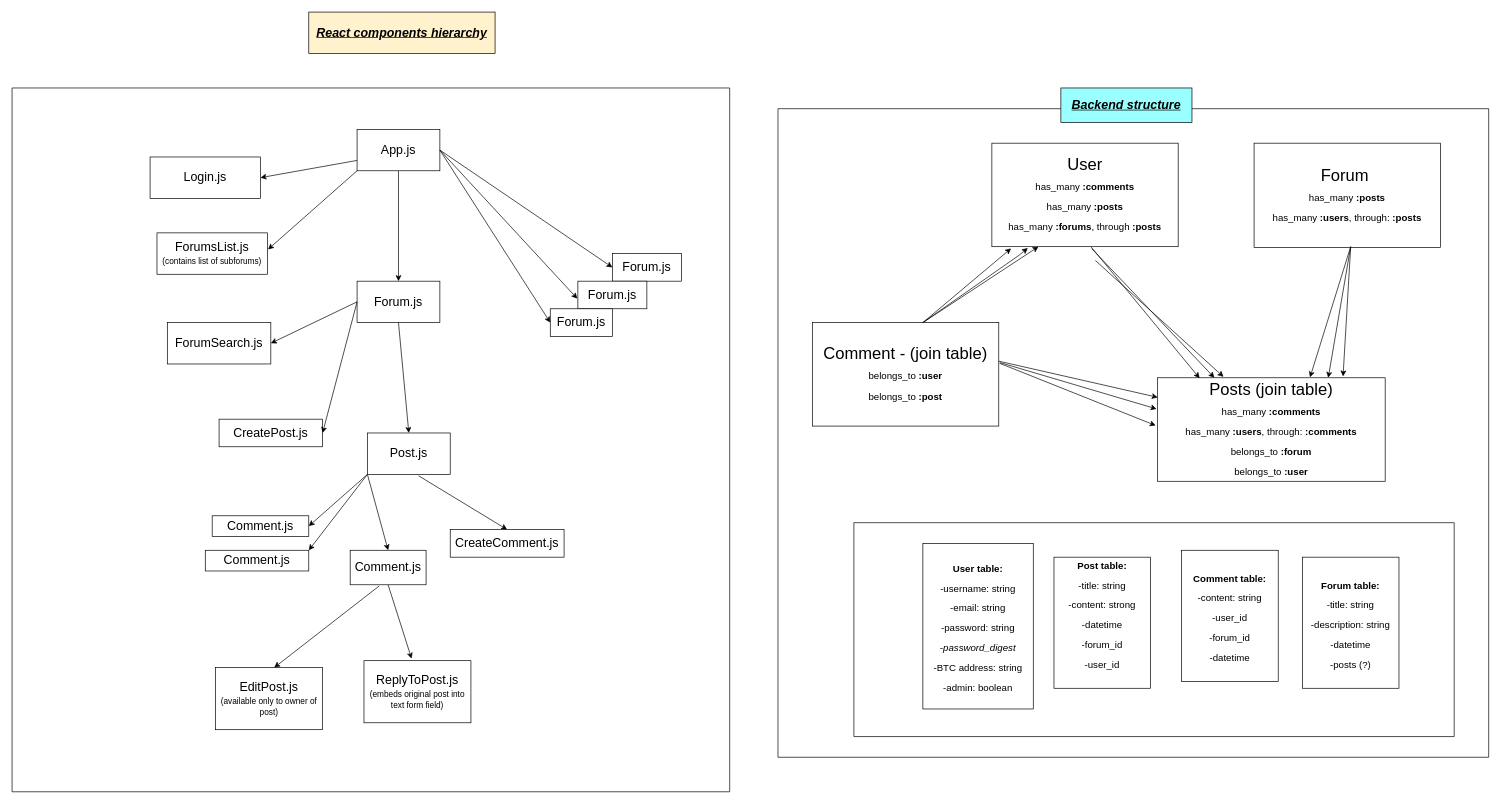
babux1/CryptoDev keeps this draw.io diagram as flowcharts.drawio. Above is the earlier version. Source tidied: cells renumbered, new cells numbered last; positions are measured from the earlier drawing's top-left corner, leaving out a move shared by most shapes. Both pictures are drawn from the tidied source at 69%, with x=0, y=0 at pixel (12, 12).
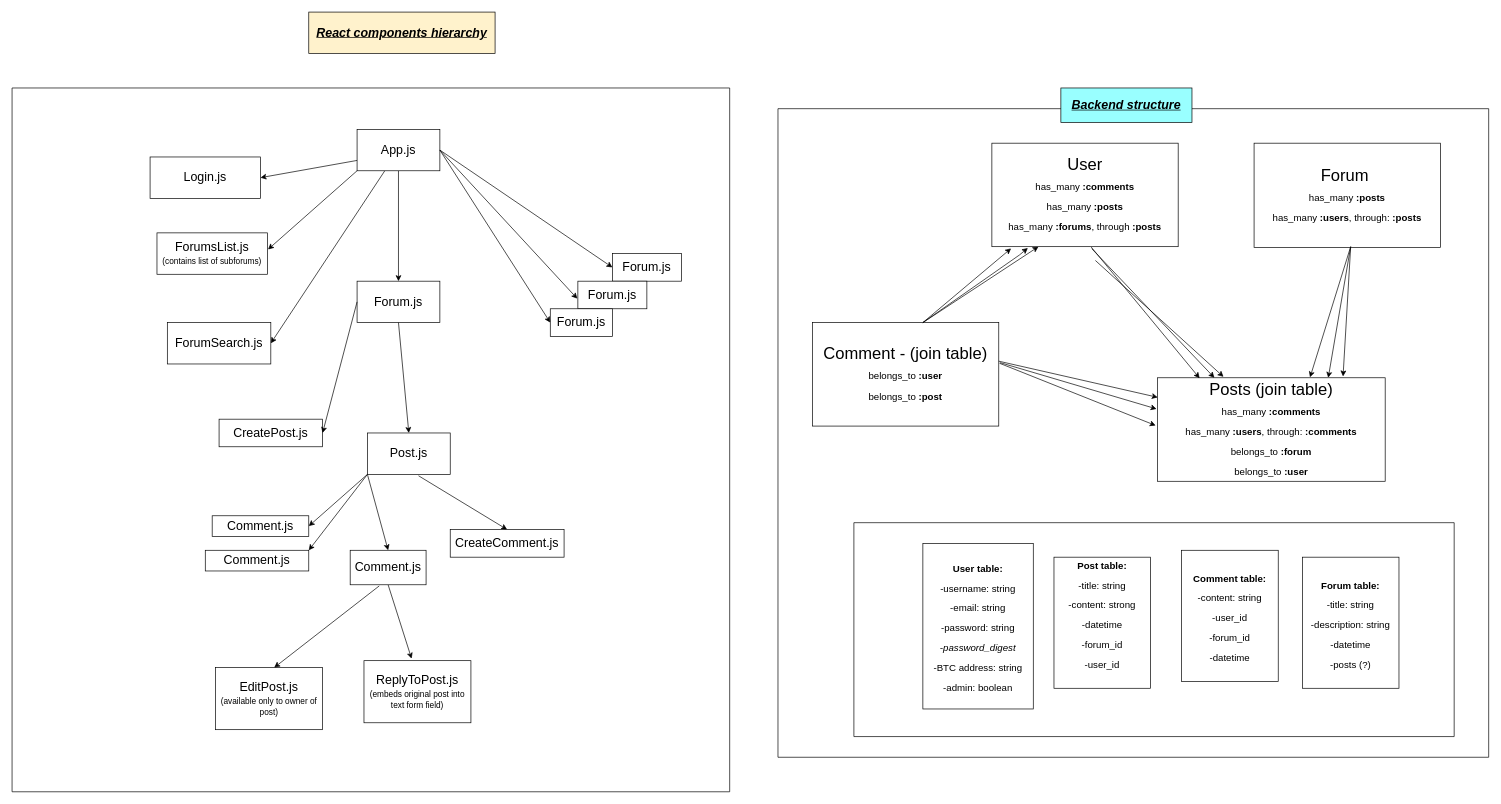
Above is the later version.

The change refers to these unchanged cells:
```xml
<mxCell id="25" value="&lt;font style=&quot;font-size: 18px&quot;&gt;Forum.js&lt;/font&gt;" style="rounded=0;whiteSpace=wrap;html=1;fontSize=14;" parent="1" vertex="1">
  <mxGeometry x="500" y="390" width="120" height="60" as="geometry" />
</mxCell>
<mxCell id="26" value="&lt;span style=&quot;font-size: 18px&quot;&gt;ForumSearch.js&lt;/span&gt;" style="rounded=0;whiteSpace=wrap;html=1;fontSize=14;" parent="1" vertex="1">
  <mxGeometry x="225" y="450" width="150" height="60" as="geometry" />
</mxCell>
<mxCell id="46" value="&lt;font style=&quot;font-size: 18px&quot;&gt;App.js&lt;/font&gt;" style="rounded=0;whiteSpace=wrap;html=1;fontSize=14;" parent="45" vertex="1">
  <mxGeometry x="500" y="60" width="120" height="60" as="geometry" />
</mxCell>
```

The edit, as a diff of the source:
```diff
@@
-    <mxCell id="41" style="endArrow=classic;html=1;rounded=0;fontSize=12;exitX=0;exitY=0.5;exitDx=0;exitDy=0;entryX=1;entryY=0.5;entryDx=0;entryDy=0;" parent="1" edge="1" source="25" target="26">
+    <mxCell id="41" style="endArrow=classic;html=1;rounded=0;fontSize=12;entryX=1;entryY=0.5;entryDx=0;entryDy=0;" parent="1" edge="1" source="46" target="26">
       <mxGeometry relative="1" as="geometry" />
     </mxCell>
```
